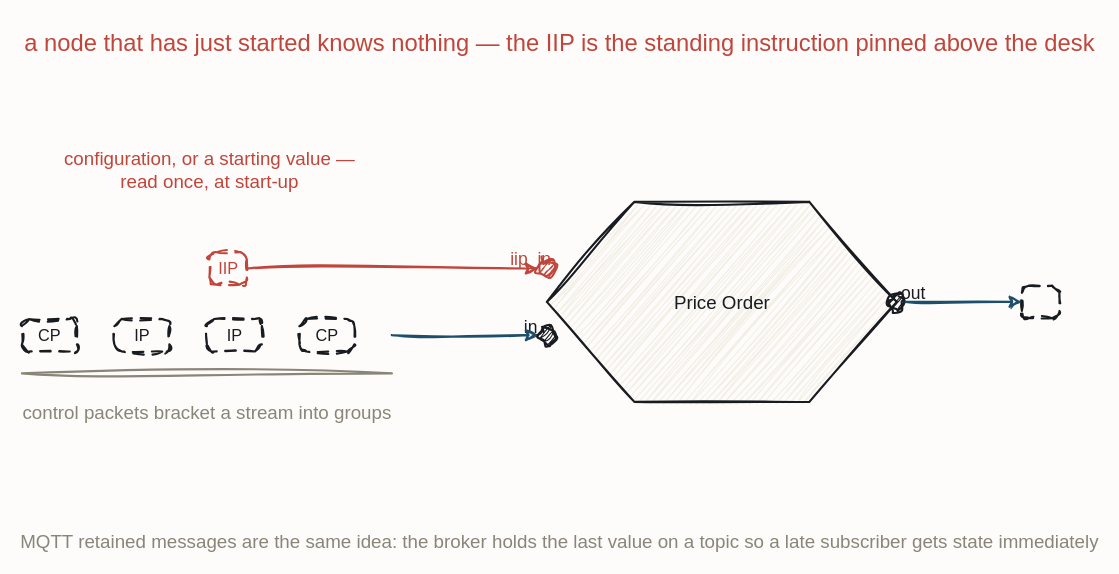
This is resources/flow-fbp-iip.drawio from iancooper/practical-messaging, a draw.io file, before an edit. Source tidied: cells renumbered, new cells numbered last; positions are measured from the earlier drawing's top-left corner, leaving out a move shared by most shapes. Both pictures are drawn from the tidied source at 125%, with x=0, y=0 at pixel (21, 21).
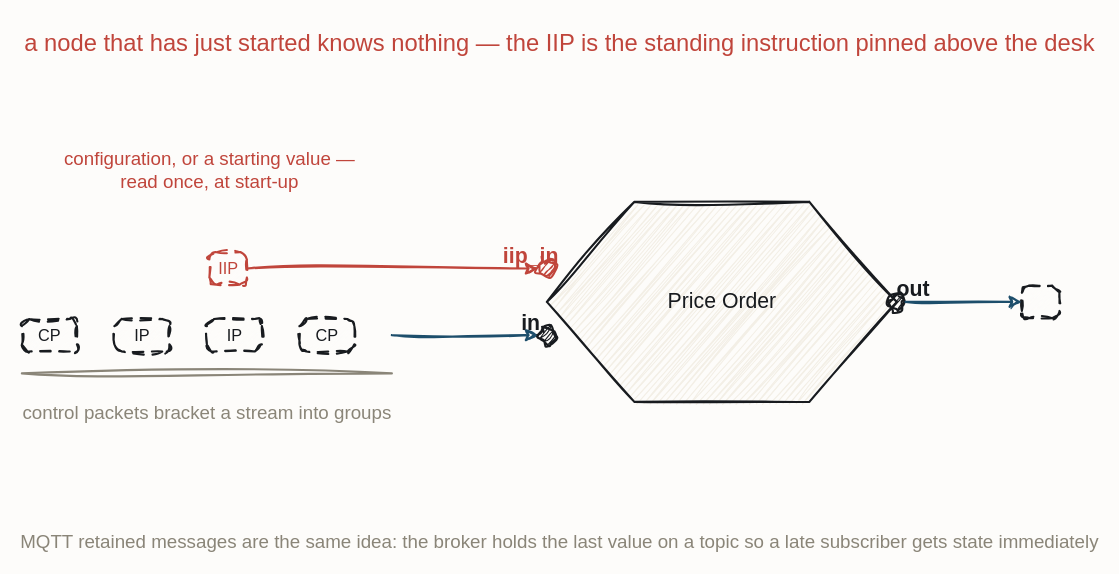
After the change.

The edit, as a diff of the source:
```diff
@@
-    <mxCell id="3" value="Price Order" style="sketch=1;hachureGap=4;jiggle=2;curveFitting=1;fontFamily=Caveat;html=1;shape=hexagon;perimeter=hexagonPerimeter2;strokeColor=#181B1F;strokeWidth=1.7;fillColor=#F3EFE6;fontColor=#181B1F;fontSize=15;" parent="1" vertex="1">
+    <mxCell id="3" value="Price Order" style="sketch=1;hachureGap=4;jiggle=2;curveFitting=1;fontFamily=Caveat;html=1;shape=hexagon;perimeter=hexagonPerimeter2;strokeColor=#181B1F;strokeWidth=1.7;fillColor=#F3EFE6;fontColor=#181B1F;fontSize=17;" parent="1" vertex="1">
       <mxGeometry x="420" y="144" width="280" height="160" as="geometry" />
     </mxCell>
@@
-    <mxCell id="5" value="iip_in" style="text;html=1;align=center;fontFamily=Caveat;fontSize=14;fontColor=#C0453B;" parent="1" vertex="1">
-      <mxGeometry x="347" y="175.3" width="120" height="20" as="geometry" />
+    <mxCell id="5" value="iip_in" style="text;html=1;align=center;fontFamily=Caveat;fontSize=17;fontColor=#C0453B;fontStyle=1;" parent="1" vertex="1">
+      <mxGeometry x="347" y="171.3" width="120" height="20" as="geometry" />
     </mxCell>
@@
-    <mxCell id="7" value="in" style="text;html=1;align=center;fontFamily=Caveat;fontSize=14;fontColor=#181B1F;" parent="1" vertex="1">
-      <mxGeometry x="347" y="228.7" width="120" height="20" as="geometry" />
+    <mxCell id="7" value="in" style="text;html=1;align=center;fontFamily=Caveat;fontSize=17;fontColor=#181B1F;fontStyle=1;" parent="1" vertex="1">
+      <mxGeometry x="347" y="224.7" width="120" height="20" as="geometry" />
     </mxCell>
@@
-    <mxCell id="9" value="out" style="text;html=1;align=center;fontFamily=Caveat;fontSize=14;fontColor=#181B1F;" parent="1" vertex="1">
-      <mxGeometry x="653" y="202" width="120" height="20" as="geometry" />
+    <mxCell id="9" value="out" style="text;html=1;align=center;fontFamily=Caveat;fontSize=17;fontColor=#181B1F;fontStyle=1;" parent="1" vertex="1">
+      <mxGeometry x="653" y="198" width="120" height="20" as="geometry" />
     </mxCell>
```
